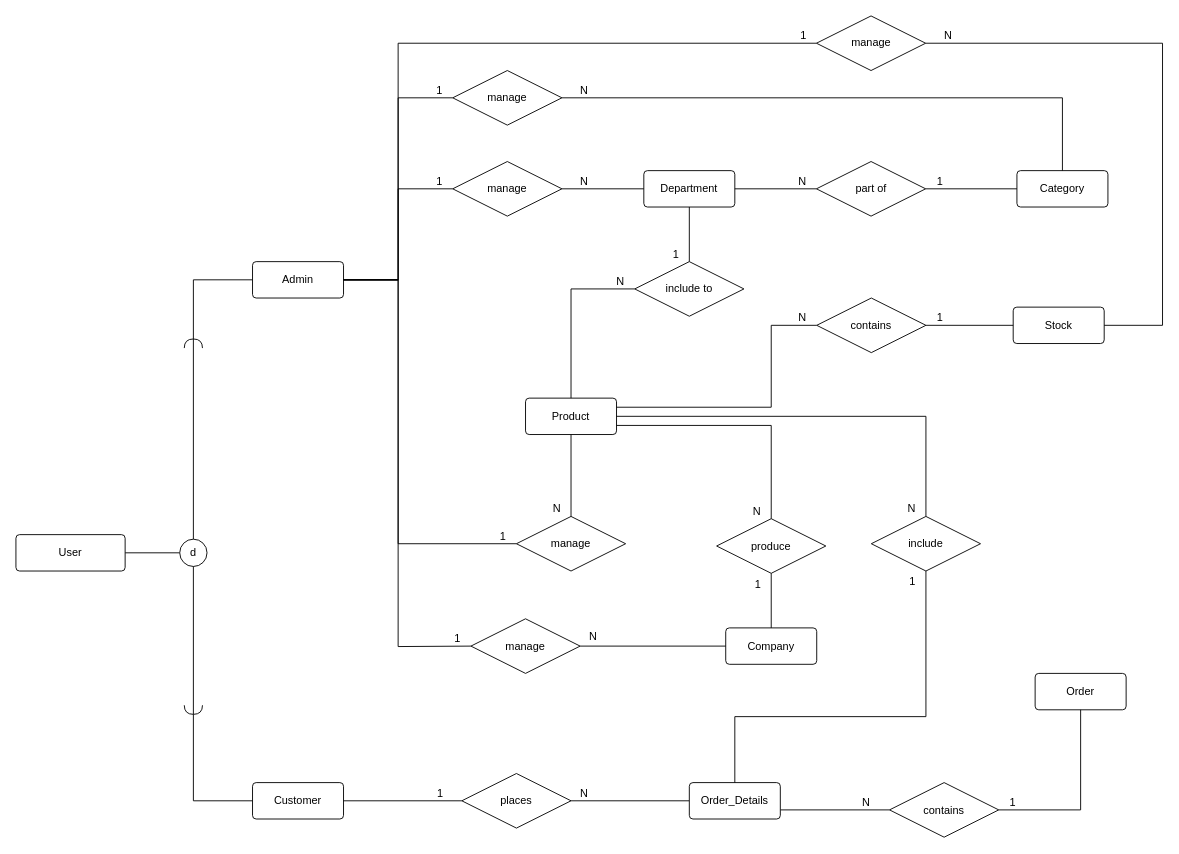
This is ERDs/drawio/Conceptual ERD.drawio from Mohammed-3tef/Kheir_Market, a draw.io file, before an edit. Source tidied: cells renumbered, new cells numbered last; positions are measured from the earlier drawing's top-left corner, leaving out a move shared by most shapes. Both pictures are drawn from the tidied source at 91%, with x=0, y=0 at pixel (15, 15).
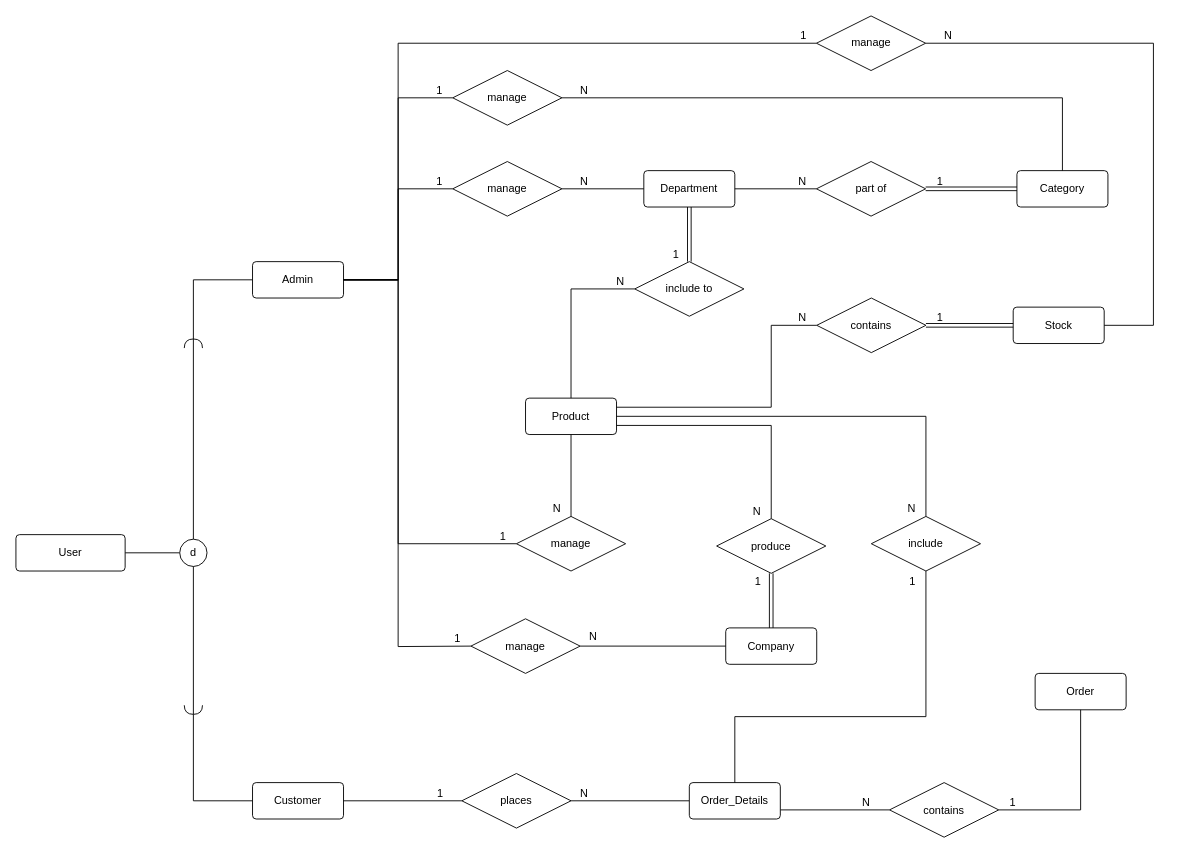
The same page after the edit.

Unchanged cells that the change refers to:
```xml
<mxCell id="4" value="Category" style="rounded=1;arcSize=10;whiteSpace=wrap;html=1;align=center;" parent="1" vertex="1">
  <mxGeometry x="1100" y="170" width="100" height="40" as="geometry" />
</mxCell>
<mxCell id="21" value="Department" style="rounded=1;arcSize=10;whiteSpace=wrap;html=1;align=center;" parent="1" vertex="1">
  <mxGeometry x="690" y="170" width="100" height="40" as="geometry" />
</mxCell>
<mxCell id="22" value="Company" style="rounded=1;arcSize=10;whiteSpace=wrap;html=1;align=center;" parent="1" vertex="1">
  <mxGeometry x="780" y="672.5" width="100" height="40" as="geometry" />
</mxCell>
<mxCell id="23" value="part of" style="shape=rhombus;perimeter=rhombusPerimeter;whiteSpace=wrap;html=1;align=center;" parent="1" vertex="1">
  <mxGeometry x="879.7" y="160" width="120" height="60" as="geometry" />
</mxCell>
<mxCell id="30" value="include to" style="shape=rhombus;perimeter=rhombusPerimeter;whiteSpace=wrap;html=1;align=center;" parent="1" vertex="1">
  <mxGeometry x="680" y="270" width="120" height="60" as="geometry" />
</mxCell>
<mxCell id="33" value="Stock" style="rounded=1;arcSize=10;whiteSpace=wrap;html=1;align=center;" parent="1" vertex="1">
  <mxGeometry x="1095.9" y="320" width="100" height="40" as="geometry" />
</mxCell>
<mxCell id="36" value="contains" style="shape=rhombus;perimeter=rhombusPerimeter;whiteSpace=wrap;html=1;align=center;" parent="1" vertex="1">
  <mxGeometry x="880" y="310" width="120" height="60" as="geometry" />
</mxCell>
<mxCell id="57" value="produce" style="shape=rhombus;perimeter=rhombusPerimeter;whiteSpace=wrap;html=1;align=center;" parent="1" vertex="1">
  <mxGeometry x="770" y="552.5" width="120" height="60" as="geometry" />
</mxCell>
<mxCell id="76" value="manage" style="shape=rhombus;perimeter=rhombusPerimeter;whiteSpace=wrap;html=1;align=center;" parent="1" vertex="1">
  <mxGeometry x="879.7" width="120" height="60" as="geometry" />
</mxCell>
```

The edit, as a diff of the source:
```diff
@@
-    <mxCell id="26" style="endArrow=none;html=1;rounded=0;exitX=0;exitY=0.5;exitDx=0;exitDy=0;entryX=1;entryY=0.5;entryDx=0;entryDy=0;" parent="1" edge="1" source="4" target="23">
-      <mxGeometry relative="1" as="geometry" />
-    </mxCell>
-    <mxCell id="27" value="1" style="html=1;whiteSpace=wrap;align=right;verticalAlign=bottom;" parent="26" vertex="1">
-      <mxGeometry x="1" relative="1" as="geometry">
-        <mxPoint x="20" as="offset" />
-      </mxGeometry>
-    </mxCell>
-    <mxCell id="28" style="endArrow=none;html=1;rounded=0;exitX=0.5;exitY=1;exitDx=0;exitDy=0;" parent="1" edge="1" source="21" target="30">
-      <mxGeometry relative="1" as="geometry" />
-    </mxCell>
-    <mxCell id="29" value="1" style="html=1;whiteSpace=wrap;align=right;verticalAlign=bottom;" parent="28" vertex="1">
-      <mxGeometry x="1" relative="1" as="geometry">
-        <mxPoint x="-10" as="offset" />
-      </mxGeometry>
-    </mxCell>
@@
-    <mxCell id="37" style="endArrow=none;html=1;rounded=0;exitX=0;exitY=0.5;exitDx=0;exitDy=0;entryX=1;entryY=0.5;entryDx=0;entryDy=0;" parent="1" edge="1" source="33" target="36">
-      <mxGeometry relative="1" as="geometry" />
-    </mxCell>
-    <mxCell id="38" value="1" style="html=1;whiteSpace=wrap;align=right;verticalAlign=bottom;" parent="37" vertex="1">
-      <mxGeometry x="1" relative="1" as="geometry">
-        <mxPoint x="20" as="offset" />
-      </mxGeometry>
-    </mxCell>
@@
-    <mxCell id="60" style="endArrow=none;html=1;rounded=0;exitX=0.5;exitY=0;exitDx=0;exitDy=0;entryX=0.5;entryY=1;entryDx=0;entryDy=0;" parent="1" edge="1" source="22" target="57">
-      <mxGeometry relative="1" as="geometry" />
-    </mxCell>
-    <mxCell id="61" value="1" style="html=1;whiteSpace=wrap;align=right;verticalAlign=bottom;" parent="60" vertex="1">
-      <mxGeometry x="1" relative="1" as="geometry">
-        <mxPoint x="-10" y="20" as="offset" />
-      </mxGeometry>
-    </mxCell>
@@
     <mxCell id="77" style="endArrow=none;html=1;rounded=0;exitX=1;exitY=0.5;exitDx=0;exitDy=0;entryX=1;entryY=0.5;entryDx=0;entryDy=0;" parent="1" edge="1" source="76" target="33">
       <mxGeometry relative="1" as="geometry">
         <Array as="points">
-          <mxPoint x="1260" y="30" />
-          <mxPoint x="1260" y="340" />
+          <mxPoint x="1250" y="30" />
+          <mxPoint x="1250" y="340" />
         </Array>
       </mxGeometry>
     </mxCell>
@@
+    <mxCell id="26" style="shape=link;html=1;rounded=0;entryX=1;entryY=0.5;entryDx=0;entryDy=0;exitX=0;exitY=0.5;exitDx=0;exitDy=0;" parent="1" edge="1" source="4" target="23">
+      <mxGeometry relative="1" as="geometry" />
+    </mxCell>
+    <mxCell id="80" value="1" style="html=1;whiteSpace=wrap;align=right;verticalAlign=bottom;" parent="26" vertex="1">
+      <mxGeometry x="1" relative="1" as="geometry">
+        <mxPoint x="20" as="offset" />
+      </mxGeometry>
+    </mxCell>
+    <mxCell id="37" style="shape=link;html=1;rounded=0;entryX=1;entryY=0.5;entryDx=0;entryDy=0;exitX=0;exitY=0.5;exitDx=0;exitDy=0;" parent="1" edge="1" source="33" target="36">
+      <mxGeometry relative="1" as="geometry" />
+    </mxCell>
+    <mxCell id="81" value="1" style="html=1;whiteSpace=wrap;align=right;verticalAlign=bottom;" parent="37" vertex="1">
+      <mxGeometry x="1" relative="1" as="geometry">
+        <mxPoint x="20" as="offset" />
+      </mxGeometry>
+    </mxCell>
+    <mxCell id="28" style="shape=link;html=1;rounded=0;entryX=0.5;entryY=0;entryDx=0;entryDy=0;exitX=0.5;exitY=1;exitDx=0;exitDy=0;" parent="1" edge="1" source="21" target="30">
+      <mxGeometry relative="1" as="geometry" />
+    </mxCell>
+    <mxCell id="82" value="1" style="html=1;whiteSpace=wrap;align=right;verticalAlign=bottom;" parent="28" vertex="1">
+      <mxGeometry x="1" relative="1" as="geometry">
+        <mxPoint x="-10" as="offset" />
+      </mxGeometry>
+    </mxCell>
+    <mxCell id="60" style="shape=link;html=1;rounded=0;entryX=0.5;entryY=1;entryDx=0;entryDy=0;exitX=0.5;exitY=0;exitDx=0;exitDy=0;" parent="1" edge="1" source="22" target="57">
+      <mxGeometry relative="1" as="geometry" />
+    </mxCell>
+    <mxCell id="83" value="1" style="html=1;whiteSpace=wrap;align=right;verticalAlign=bottom;" parent="60" vertex="1">
+      <mxGeometry x="1" relative="1" as="geometry">
+        <mxPoint x="-10" y="17" as="offset" />
+      </mxGeometry>
+    </mxCell>
```
